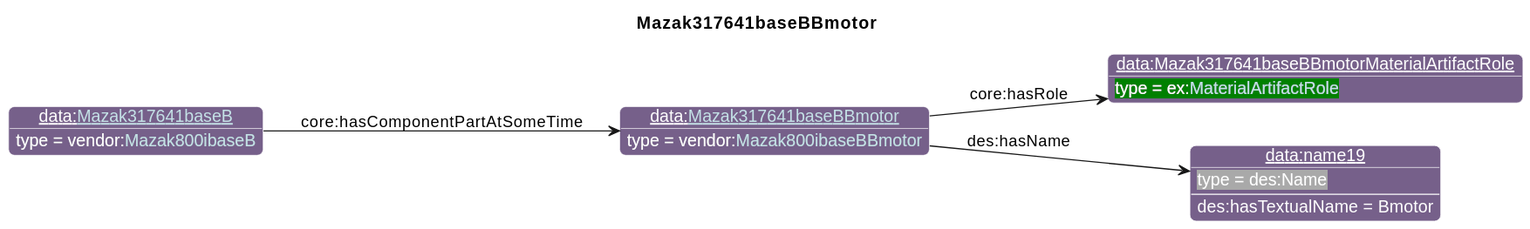
This is diagrams/Mazak317641baseBBmotor.svg from iofoundry/example-syseng-mtconnect, a PlantUML export, as it was before one commit. The source it was exported from:
```plantuml
@startuml
!include ../iof.iuml

<style>
object {
  HyperlinkColor #C4E1E6
}
</style>

left to right direction
skinparam linetype polyline
title Mazak317641baseBBmotor

!$default_direction = down

!$namespace_colors = { "bfo":"DFA702",
                      "iof":"1E90FF",
                      "ns":"Green",
                      "ns1":"76608A",
                      "core":"000000",
                      "ex":"Green",
                      "data":"76608A",
                      "vendor":"76608A",
                      "units":"8A2D3B",
                      "cmns-dsg":"3A0519",
                      "qp":"641B2E"
      }
individual(o0, data:[[./Mazak317641baseBBmotor.html Mazak317641baseBBmotor]], vendor:[[../Mazak.html#Mazak800ibaseBBmotor Mazak800ibaseBBmotor]])
individual(o1, data:Mazak317641baseBBmotorMaterialArtifactRole, ex:[[../Example.html#MaterialArtifactRole MaterialArtifactRole]])
individual(o2, data:name19, des:Name)
individual(o3, data:[[./Mazak317641baseB.html Mazak317641baseB]], vendor:[[../Mazak.html#Mazak800ibaseB Mazak800ibaseB]])
property(o0, "core:hasRole", o1)
property(o0, "des:hasName", o2)
data(o2, "des:hasTextualName", "Bmotor")
property(o3, "core:hasComponentPartAtSomeTime", o0)
@enduml
```
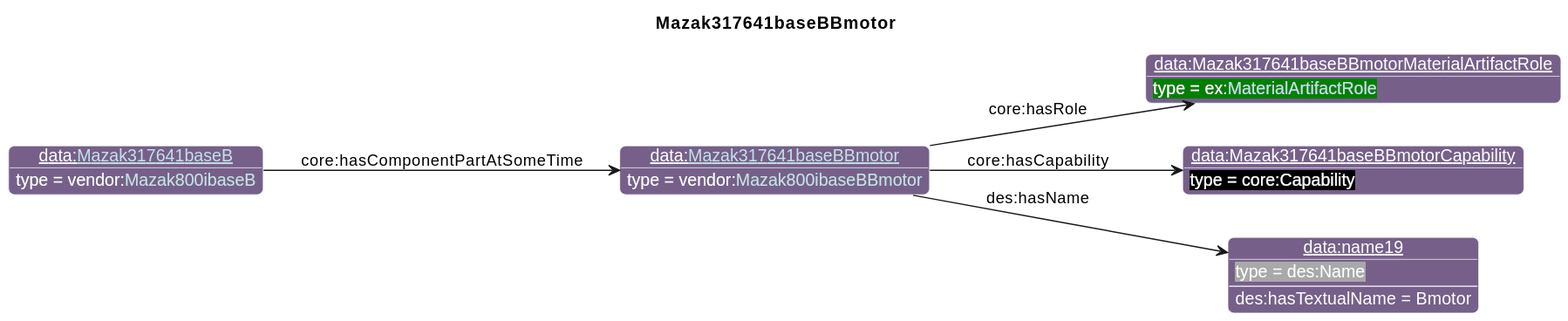
Later version of the same file.

What changed in the source:
```diff
@@ -27,10 +27,12 @@
       }
 individual(o0, data:[[./Mazak317641baseBBmotor.html Mazak317641baseBBmotor]], vendor:[[../Mazak.html#Mazak800ibaseBBmotor Mazak800ibaseBBmotor]])
 individual(o1, data:Mazak317641baseBBmotorMaterialArtifactRole, ex:[[../Example.html#MaterialArtifactRole MaterialArtifactRole]])
-individual(o2, data:name19, des:Name)
-individual(o3, data:[[./Mazak317641baseB.html Mazak317641baseB]], vendor:[[../Mazak.html#Mazak800ibaseB Mazak800ibaseB]])
+individual(o2, data:Mazak317641baseBBmotorCapability, core:Capability)
+individual(o3, data:name19, des:Name)
+individual(o4, data:[[./Mazak317641baseB.html Mazak317641baseB]], vendor:[[../Mazak.html#Mazak800ibaseB Mazak800ibaseB]])
 property(o0, "core:hasRole", o1)
-property(o0, "des:hasName", o2)
-data(o2, "des:hasTextualName", "Bmotor")
-property(o3, "core:hasComponentPartAtSomeTime", o0)
+property(o0, "core:hasCapability", o2)
+property(o0, "des:hasName", o3)
+data(o3, "des:hasTextualName", "Bmotor")
+property(o4, "core:hasComponentPartAtSomeTime", o0)
 @enduml
```
